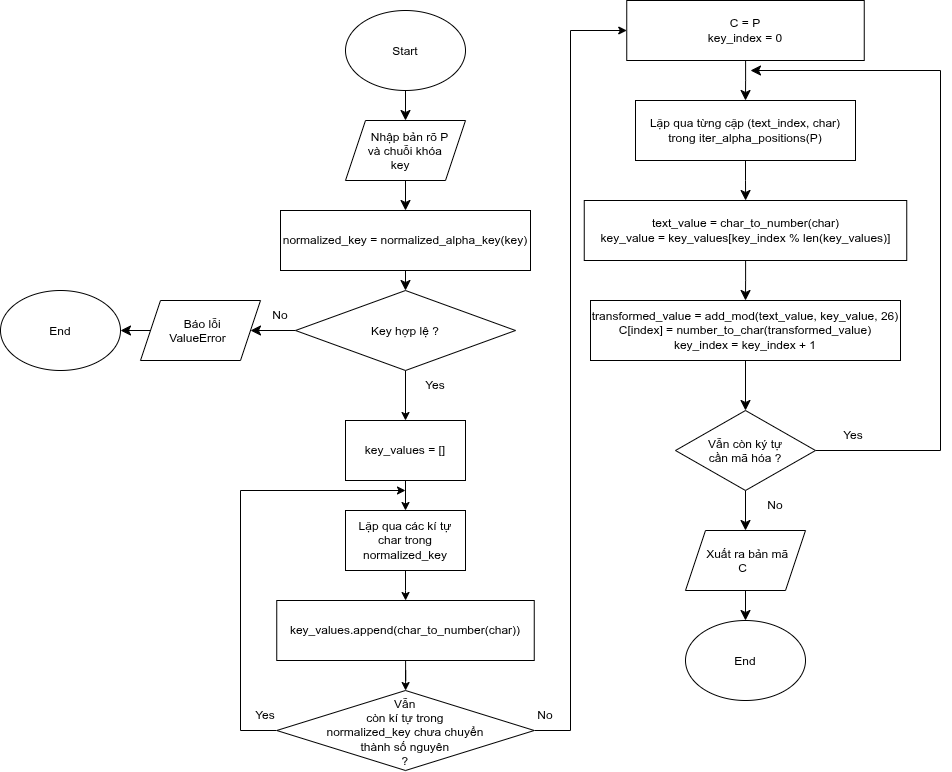
The draw.io diagram assets/vigenere_encrypt.png in quanghung4dhh/LTMM_Project, before a commit. Source tidied: cells renumbered, new cells last; positions are measured from the earlier drawing's top-left corner, leaving out a move shared by most shapes. Its diagram source:
```xml
<mxGraphModel>
  <root>
    <mxCell id="0" />
    <mxCell id="1" parent="0" />
    <mxCell id="2" style="edgeStyle=orthogonalEdgeStyle;curved=1;rounded=0;curveGeometry=1;jettySize=auto;html=1;entryX=0.5;entryY=0;entryDx=0;entryDy=0;fontSize=12;defaultLabelBackgroundColor=page;startSize=8;endSize=8;" parent="1" edge="1" source="3" target="5">
      <mxGeometry relative="1" as="geometry" />
    </mxCell>
    <mxCell id="3" value="Start" style="ellipse;whiteSpace=wrap;html=1;shapeInside=1;" parent="1" vertex="1">
      <mxGeometry x="345" y="10" width="120" height="80" as="geometry" />
    </mxCell>
    <mxCell id="4" style="edgeStyle=orthogonalEdgeStyle;curved=1;rounded=0;curveGeometry=1;jettySize=auto;html=1;fontSize=12;defaultLabelBackgroundColor=page;startSize=8;endSize=8;" parent="1" edge="1" source="5" target="7">
      <mxGeometry relative="1" as="geometry" />
    </mxCell>
    <mxCell id="5" value="Nhập bản rõ P và chuỗi khóa key" style="shape=parallelogram;perimeter=parallelogramPerimeter;whiteSpace=wrap;html=1;shapeInside=1;fixedSize=1;" parent="1" vertex="1">
      <mxGeometry x="345" y="120" width="120" height="60" as="geometry" />
    </mxCell>
    <mxCell id="6" style="edgeStyle=orthogonalEdgeStyle;curved=1;rounded=0;curveGeometry=1;jettySize=auto;html=1;fontSize=12;defaultLabelBackgroundColor=page;startSize=8;endSize=8;" parent="1" edge="1" source="7" target="24">
      <mxGeometry relative="1" as="geometry" />
    </mxCell>
    <mxCell id="7" value="normalized_key = normalized_alpha_key(key)" style="rounded=0;whiteSpace=wrap;html=1;" parent="1" vertex="1">
      <mxGeometry x="280" y="210" width="250" height="60" as="geometry" />
    </mxCell>
    <mxCell id="8" style="edgeStyle=orthogonalEdgeStyle;curved=1;rounded=0;curveGeometry=1;jettySize=auto;html=1;fontSize=12;defaultLabelBackgroundColor=page;startSize=8;endSize=8;" parent="1" edge="1" source="9" target="11">
      <mxGeometry relative="1" as="geometry" />
    </mxCell>
    <mxCell id="9" value="Lặp qua từng cặp (text_index, char) trong iter_alpha_positions(P)" style="rounded=0;whiteSpace=wrap;html=1;" parent="1" vertex="1">
      <mxGeometry x="635" y="100" width="220" height="60" as="geometry" />
    </mxCell>
    <mxCell id="10" style="edgeStyle=orthogonalEdgeStyle;curved=1;rounded=0;curveGeometry=1;jettySize=auto;html=1;fontSize=12;defaultLabelBackgroundColor=page;startSize=8;endSize=8;" parent="1" edge="1" source="11" target="13">
      <mxGeometry relative="1" as="geometry" />
    </mxCell>
    <mxCell id="11" value="text_value = char_to_number(char)&lt;div&gt;key_value = key_values[key_index % len(key_values)]&lt;/div&gt;" style="rounded=0;whiteSpace=wrap;html=1;" parent="1" vertex="1">
      <mxGeometry x="583.8" y="200" width="322.5" height="60" as="geometry" />
    </mxCell>
    <mxCell id="12" style="edgeStyle=orthogonalEdgeStyle;curved=1;rounded=0;curveGeometry=1;jettySize=auto;html=1;fontSize=12;defaultLabelBackgroundColor=page;startSize=8;endSize=8;" parent="1" edge="1" source="13" target="16">
      <mxGeometry relative="1" as="geometry" />
    </mxCell>
    <mxCell id="13" value="&lt;div&gt;transformed_value = add_mod(text_value, key_value, 26)&lt;/div&gt;C[index] = number_to_char(transformed_value)&lt;div&gt;key_index = key_index + 1&lt;/div&gt;" style="rounded=0;whiteSpace=wrap;html=1;" parent="1" vertex="1">
      <mxGeometry x="590" y="300" width="310" height="60" as="geometry" />
    </mxCell>
    <mxCell id="14" style="edgeStyle=orthogonalEdgeStyle;curved=1;rounded=0;curveGeometry=1;jettySize=auto;html=1;fontSize=12;defaultLabelBackgroundColor=page;startSize=8;endSize=8;" parent="1" edge="1" source="16" target="18">
      <mxGeometry relative="1" as="geometry" />
    </mxCell>
    <mxCell id="15" style="edgeStyle=orthogonalEdgeStyle;curved=0;rounded=0;jettySize=auto;html=1;fontSize=12;defaultLabelBackgroundColor=page;startSize=8;endSize=8;" parent="1" edge="1" source="16">
      <mxGeometry x="0.55" relative="1" as="geometry">
        <mxPoint x="750" y="70" as="targetPoint" />
        <Array as="points">
          <mxPoint x="940" y="450" />
          <mxPoint x="940" y="70" />
        </Array>
      </mxGeometry>
    </mxCell>
    <mxCell id="16" value="Vẫn còn ký tự cần mã hóa ?" style="rhombus;whiteSpace=wrap;html=1;shapeInside=1;" parent="1" vertex="1">
      <mxGeometry x="675" y="410" width="140" height="80" as="geometry" />
    </mxCell>
    <mxCell id="17" style="edgeStyle=orthogonalEdgeStyle;curved=1;rounded=0;curveGeometry=1;jettySize=auto;html=1;fontSize=12;defaultLabelBackgroundColor=page;startSize=8;endSize=8;" parent="1" edge="1" source="18" target="19">
      <mxGeometry relative="1" as="geometry" />
    </mxCell>
    <mxCell id="18" value="Xuất ra bản mã C" style="shape=parallelogram;perimeter=parallelogramPerimeter;whiteSpace=wrap;html=1;shapeInside=1;fixedSize=1;" parent="1" vertex="1">
      <mxGeometry x="685" y="530" width="120" height="60" as="geometry" />
    </mxCell>
    <mxCell id="19" value="End" style="ellipse;whiteSpace=wrap;html=1;shapeInside=1;" parent="1" vertex="1">
      <mxGeometry x="685" y="620" width="120" height="80" as="geometry" />
    </mxCell>
    <mxCell id="20" value="Yes" style="text;html=1;whiteSpace=wrap;strokeColor=none;fillColor=none;align=center;verticalAlign=middle;rounded=0;" parent="1" vertex="1">
      <mxGeometry x="822.5" y="420" width="60" height="30" as="geometry" />
    </mxCell>
    <mxCell id="21" value="No" style="text;html=1;whiteSpace=wrap;strokeColor=none;fillColor=none;align=center;verticalAlign=middle;rounded=0;" parent="1" vertex="1">
      <mxGeometry x="745" y="490" width="60" height="30" as="geometry" />
    </mxCell>
    <mxCell id="22" style="edgeStyle=orthogonalEdgeStyle;curved=1;rounded=0;curveGeometry=1;jettySize=auto;html=1;fontSize=12;defaultLabelBackgroundColor=page;startSize=8;endSize=8;" parent="1" edge="1" source="24" target="26">
      <mxGeometry relative="1" as="geometry" />
    </mxCell>
    <mxCell id="23" style="edgeStyle=orthogonalEdgeStyle;rounded=0;jettySize=auto;html=1;defaultLabelBackgroundColor=page;" parent="1" edge="1" source="24" target="35">
      <mxGeometry relative="1" as="geometry" />
    </mxCell>
    <mxCell id="24" value="Key hợp lệ ?" style="rhombus;whiteSpace=wrap;html=1;shapeInside=1;" parent="1" vertex="1">
      <mxGeometry x="295" y="290" width="220" height="80" as="geometry" />
    </mxCell>
    <mxCell id="25" style="edgeStyle=orthogonalEdgeStyle;curved=1;rounded=0;curveGeometry=1;jettySize=auto;html=1;fontSize=12;defaultLabelBackgroundColor=page;startSize=8;endSize=8;" parent="1" edge="1" source="26" target="27">
      <mxGeometry relative="1" as="geometry" />
    </mxCell>
    <mxCell id="26" value="Báo lỗi ValueError" style="shape=parallelogram;perimeter=parallelogramPerimeter;whiteSpace=wrap;html=1;shapeInside=1;fixedSize=1;" parent="1" vertex="1">
      <mxGeometry x="140" y="300" width="120" height="60" as="geometry" />
    </mxCell>
    <mxCell id="27" value="End" style="ellipse;whiteSpace=wrap;html=1;shapeInside=1;" parent="1" vertex="1">
      <mxGeometry y="290" width="120" height="80" as="geometry" />
    </mxCell>
    <mxCell id="28" style="edgeStyle=orthogonalEdgeStyle;curved=1;rounded=0;curveGeometry=1;jettySize=auto;html=1;fontSize=12;defaultLabelBackgroundColor=page;startSize=8;endSize=8;" parent="1" edge="1" source="29" target="9">
      <mxGeometry relative="1" as="geometry" />
    </mxCell>
    <mxCell id="29" value="C = P&lt;div&gt;key_index = 0&lt;/div&gt;" style="rounded=0;whiteSpace=wrap;html=1;" parent="1" vertex="1">
      <mxGeometry x="626.2" width="237.5" height="60" as="geometry" />
    </mxCell>
    <mxCell id="30" value="Yes" style="text;html=1;whiteSpace=wrap;strokeColor=none;fillColor=none;align=center;verticalAlign=middle;rounded=0;" parent="1" vertex="1">
      <mxGeometry x="405" y="370" width="60" height="30" as="geometry" />
    </mxCell>
    <mxCell id="31" value="No" style="text;html=1;whiteSpace=wrap;strokeColor=none;fillColor=none;align=center;verticalAlign=middle;rounded=0;" parent="1" vertex="1">
      <mxGeometry x="250" y="300" width="60" height="30" as="geometry" />
    </mxCell>
    <mxCell id="32" style="edgeStyle=orthogonalEdgeStyle;rounded=0;jettySize=auto;html=1;defaultLabelBackgroundColor=page;" parent="1" edge="1" source="33" target="37">
      <mxGeometry relative="1" as="geometry" />
    </mxCell>
    <mxCell id="33" value="Lặp qua các kí tự char trong normalized_key" style="rounded=0;whiteSpace=wrap;html=1;" parent="1" vertex="1">
      <mxGeometry x="345" y="510" width="120" height="60" as="geometry" />
    </mxCell>
    <mxCell id="34" style="edgeStyle=orthogonalEdgeStyle;rounded=0;jettySize=auto;html=1;defaultLabelBackgroundColor=page;" parent="1" edge="1" source="35" target="33">
      <mxGeometry relative="1" as="geometry" />
    </mxCell>
    <mxCell id="35" value="key_values = []" style="rounded=0;whiteSpace=wrap;html=1;" parent="1" vertex="1">
      <mxGeometry x="345" y="420" width="120" height="60" as="geometry" />
    </mxCell>
    <mxCell id="36" style="edgeStyle=orthogonalEdgeStyle;rounded=0;jettySize=auto;html=1;defaultLabelBackgroundColor=page;" parent="1" edge="1" source="37" target="40">
      <mxGeometry relative="1" as="geometry" />
    </mxCell>
    <mxCell id="37" value="key_values.append(char_to_number(char))" style="rounded=0;whiteSpace=wrap;html=1;" parent="1" vertex="1">
      <mxGeometry x="276.2" y="600" width="257.5" height="60" as="geometry" />
    </mxCell>
    <mxCell id="38" style="edgeStyle=orthogonalEdgeStyle;rounded=0;jettySize=auto;html=1;defaultLabelBackgroundColor=page;" parent="1" edge="1" source="40">
      <mxGeometry x="0.55" relative="1" as="geometry">
        <mxPoint x="405" y="490" as="targetPoint" />
        <Array as="points">
          <mxPoint x="240" y="730" />
          <mxPoint x="240" y="490" />
        </Array>
      </mxGeometry>
    </mxCell>
    <mxCell id="39" style="edgeStyle=orthogonalEdgeStyle;rounded=0;jettySize=auto;html=1;entryX=0;entryY=0.5;entryDx=0;entryDy=0;defaultLabelBackgroundColor=page;" parent="1" edge="1" source="40" target="29">
      <mxGeometry relative="1" as="geometry">
        <Array as="points">
          <mxPoint x="570" y="730" />
          <mxPoint x="570" y="30" />
        </Array>
      </mxGeometry>
    </mxCell>
    <mxCell id="40" value="Vẫn còn kí tự trong normalized_key chưa chuyển thành số nguyên ?" style="rhombus;whiteSpace=wrap;html=1;shapeInside=1;" parent="1" vertex="1">
      <mxGeometry x="276.2" y="690" width="257.5" height="80" as="geometry" />
    </mxCell>
    <mxCell id="41" value="Yes" style="text;html=1;whiteSpace=wrap;strokeColor=none;fillColor=none;align=center;verticalAlign=middle;rounded=0;" parent="1" vertex="1">
      <mxGeometry x="235" y="700" width="60" height="30" as="geometry" />
    </mxCell>
    <mxCell id="42" value="No" style="text;html=1;whiteSpace=wrap;strokeColor=none;fillColor=none;align=center;verticalAlign=middle;rounded=0;" parent="1" vertex="1">
      <mxGeometry x="515" y="700" width="60" height="30" as="geometry" />
    </mxCell>
  </root>
</mxGraphModel>
```
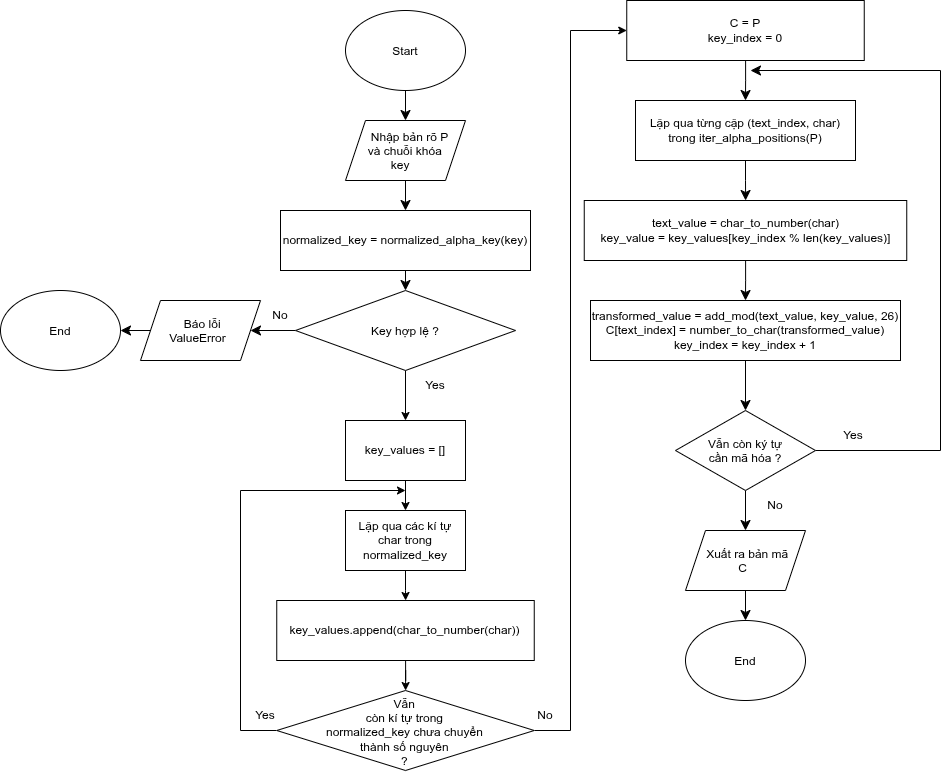
Later version of the same file.

Diff of the diagram source:
```diff
@@ -35,7 +35,7 @@
     <mxCell id="12" style="edgeStyle=orthogonalEdgeStyle;curved=1;rounded=0;curveGeometry=1;jettySize=auto;html=1;fontSize=12;defaultLabelBackgroundColor=page;startSize=8;endSize=8;" parent="1" edge="1" source="13" target="16">
       <mxGeometry relative="1" as="geometry" />
     </mxCell>
-    <mxCell id="13" value="&lt;div&gt;transformed_value = add_mod(text_value, key_value, 26)&lt;/div&gt;C[index] = number_to_char(transformed_value)&lt;div&gt;key_index = key_index + 1&lt;/div&gt;" style="rounded=0;whiteSpace=wrap;html=1;" parent="1" vertex="1">
+    <mxCell id="13" value="&lt;div&gt;transformed_value = add_mod(text_value, key_value, 26)&lt;/div&gt;C[text_index] = number_to_char(transformed_value)&lt;div&gt;key_index = key_index + 1&lt;/div&gt;" style="rounded=0;whiteSpace=wrap;html=1;" parent="1" vertex="1">
       <mxGeometry x="590" y="300" width="310" height="60" as="geometry" />
     </mxCell>
     <mxCell id="14" style="edgeStyle=orthogonalEdgeStyle;curved=1;rounded=0;curveGeometry=1;jettySize=auto;html=1;fontSize=12;defaultLabelBackgroundColor=page;startSize=8;endSize=8;" parent="1" edge="1" source="16" target="18">
```
